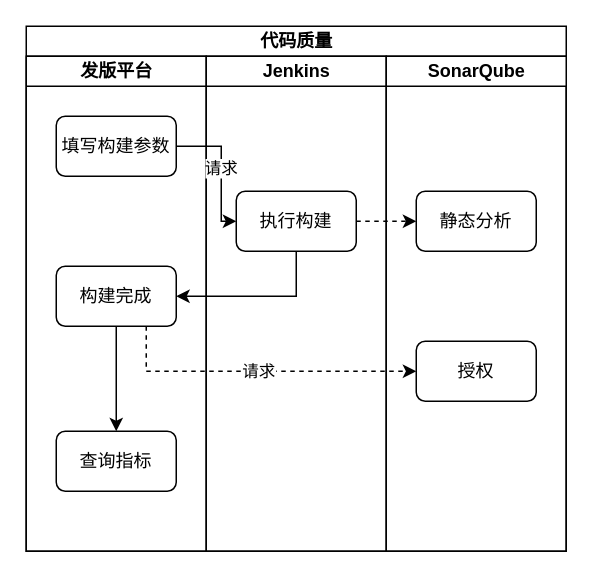
This is 发版平台sonar.drawio from MouGG/drawio, a draw.io file, before an edit. Source tidied: cells renumbered, new cells numbered last; positions are measured from the earlier drawing's top-left corner, leaving out a move shared by most shapes. Both pictures are drawn from the tidied source at 150%, with x=0, y=0 at pixel (26, 26).
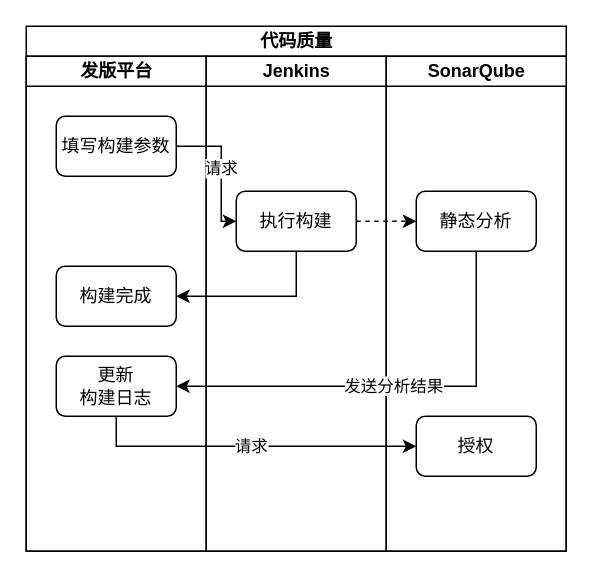
The same page after the edit.

Commit message:
更新发版平台sonar.drawio

Unchanged cells that the change refers to:
```xml
<mxCell id="2" value="代码质量" style="swimlane;html=1;startSize=20;" parent="1" vertex="1">
  <mxGeometry width="360" height="350" as="geometry" />
</mxCell>
<mxCell id="3" value="发版平台" style="swimlane;html=1;startSize=20;" parent="2" vertex="1">
  <mxGeometry y="20" width="120" height="330" as="geometry" />
</mxCell>
<mxCell id="5" value="&lt;div&gt;构建完成&lt;/div&gt;" style="rounded=1;whiteSpace=wrap;html=1;" parent="3" vertex="1">
  <mxGeometry x="20" y="140" width="80" height="40" as="geometry" />
</mxCell>
<mxCell id="9" value="SonarQube" style="swimlane;html=1;startSize=20;" parent="2" vertex="1">
  <mxGeometry x="240" y="20" width="120" height="330" as="geometry" />
</mxCell>
<mxCell id="10" value="静态分析" style="rounded=1;whiteSpace=wrap;html=1;" parent="9" vertex="1">
  <mxGeometry x="20" y="90" width="80" height="40" as="geometry" />
</mxCell>
```

The edit, as a diff of the source:
```diff
@@
-    <mxCell id="4" style="edgeStyle=orthogonalEdgeStyle;rounded=0;jettySize=auto;html=1;" parent="3" edge="1" source="5" target="6">
-      <mxGeometry relative="1" as="geometry" />
-    </mxCell>
@@
-    <mxCell id="6" value="查询指标" style="rounded=1;whiteSpace=wrap;html=1;" parent="3" vertex="1">
-      <mxGeometry x="20" y="250" width="80" height="40" as="geometry" />
+    <mxCell id="6" value="&lt;div&gt;更新&lt;/div&gt;&lt;div&gt;构建日志&lt;/div&gt;" style="rounded=1;whiteSpace=wrap;html=1;" parent="3" vertex="1">
+      <mxGeometry x="20" y="200" width="80" height="40" as="geometry" />
     </mxCell>
@@
     <mxCell id="11" value="授权" style="rounded=1;whiteSpace=wrap;html=1;" parent="9" vertex="1">
-      <mxGeometry x="20" y="190" width="80" height="40" as="geometry" />
+      <mxGeometry x="20" y="240" width="80" height="40" as="geometry" />
     </mxCell>
@@
+    <mxCell id="17" value="发送分析结果" style="edgeStyle=orthogonalEdgeStyle;rounded=0;jettySize=auto;html=1;entryX=1;entryY=0.5;entryDx=0;entryDy=0;" parent="2" edge="1" source="10" target="6">
+      <mxGeometry relative="1" as="geometry">
+        <Array as="points">
+          <mxPoint x="300" y="240" />
+        </Array>
+      </mxGeometry>
+    </mxCell>
-    <mxCell id="14" value="请求" style="edgeStyle=orthogonalEdgeStyle;rounded=0;jettySize=auto;html=1;entryX=0;entryY=0.5;entryDx=0;entryDy=0;dashed=1;" parent="2" edge="1" source="5" target="11">
+    <mxCell id="14" value="请求" style="edgeStyle=orthogonalEdgeStyle;rounded=0;jettySize=auto;html=1;entryX=0;entryY=0.5;entryDx=0;entryDy=0;" parent="2" edge="1" source="6" target="11">
       <mxGeometry relative="1" as="geometry">
         <Array as="points">
-          <mxPoint x="80" y="230" />
+          <mxPoint x="60" y="280" />
         </Array>
       </mxGeometry>
     </mxCell>
```
